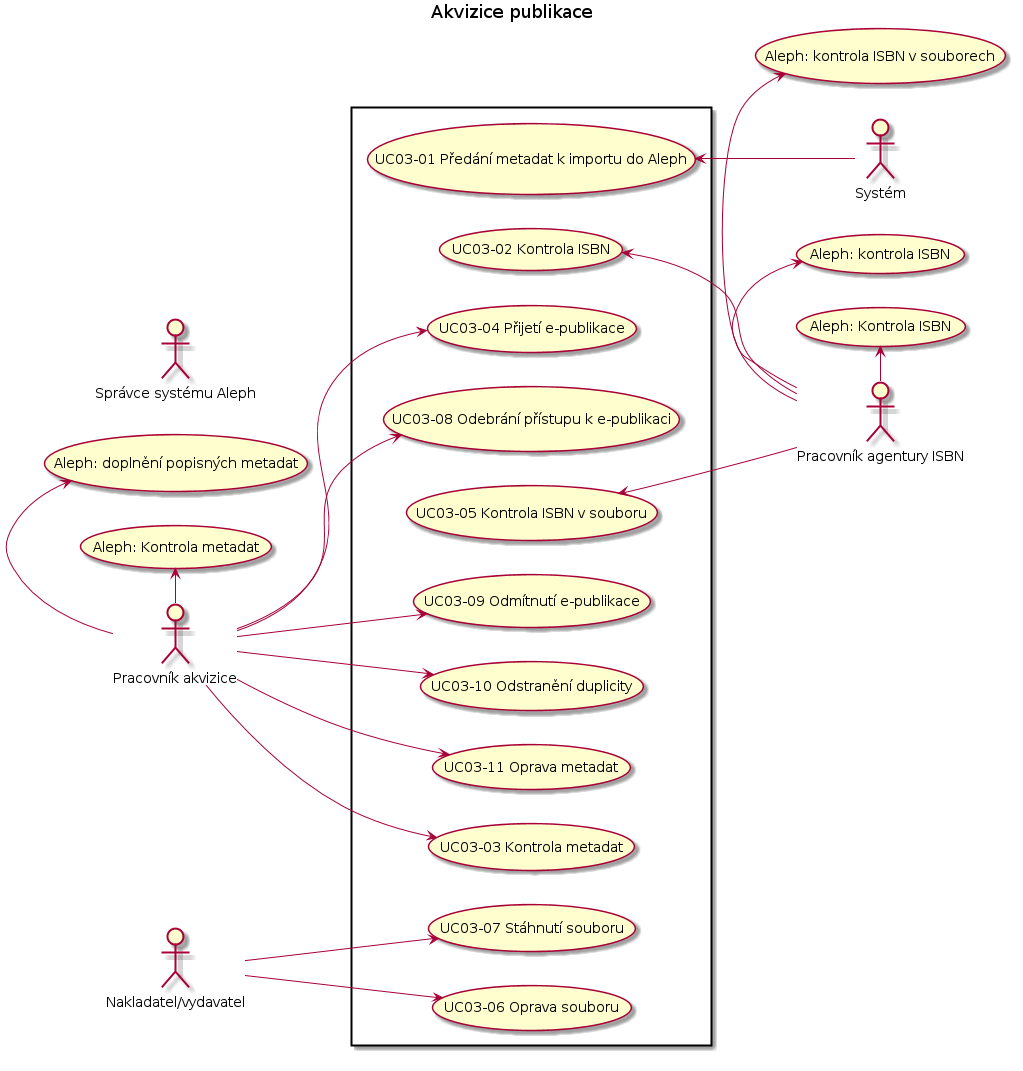
The PlantUML diagram docs/uc03.png in edeposit/edeposit.policy, before a commit.
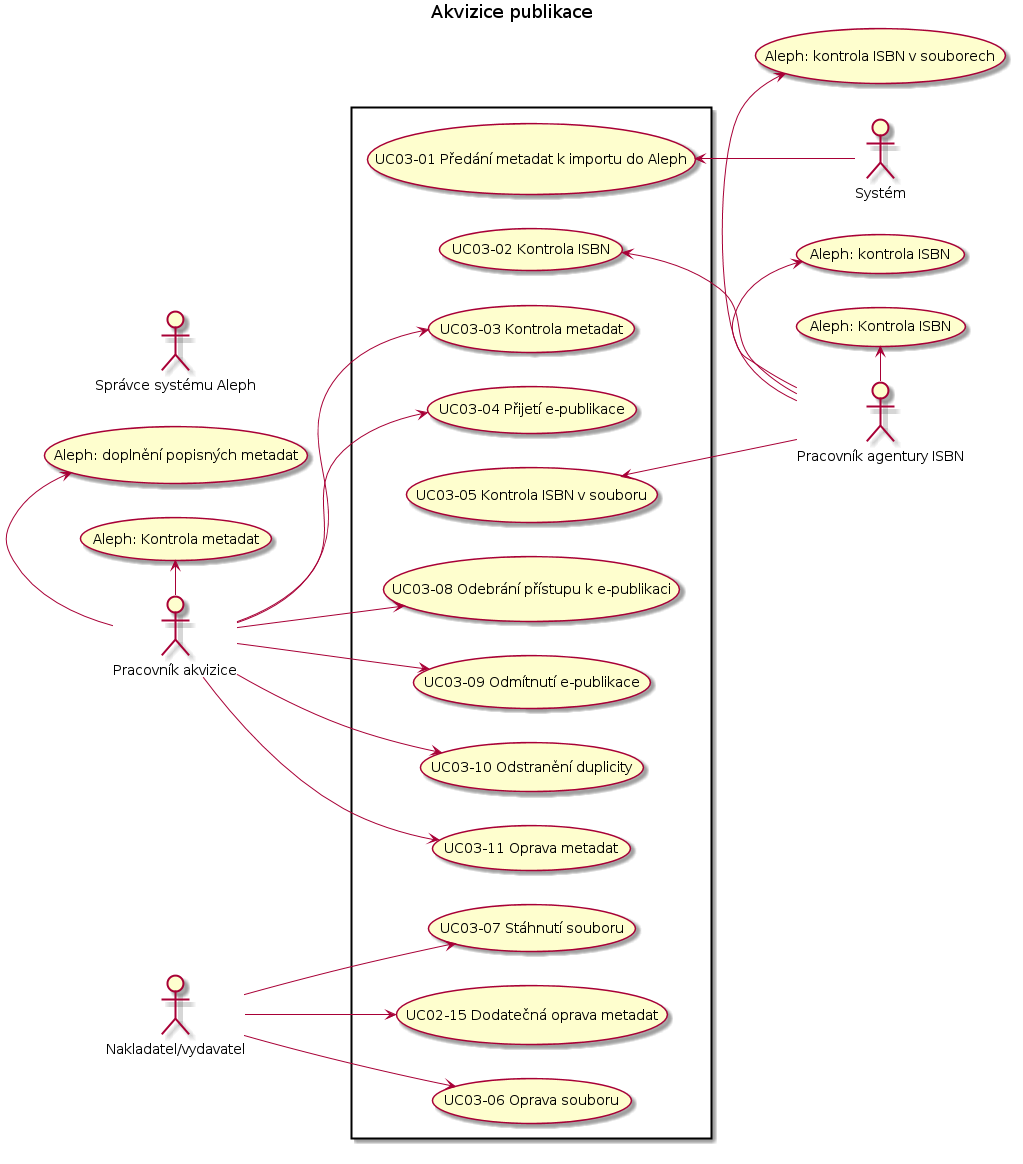
Later version of the same file.

Change to the diagram source:
```diff
@@ -24,6 +24,7 @@
 	   :akv: --> (UC03-09 Odmítnutí e-publikace)
 	   :akv: --> (UC03-10 Odstran?ní duplicity)
 	   :akv: --> (UC03-11 Oprava metadat)
+	   :nakl: --> (UC02-15 Dodate?ná oprava metadat)
 }
 :akv: -left-> (Aleph: dopln?ní popisných metadat)
 :isbn: -left-> (Aleph: kontrola ISBN)
```
